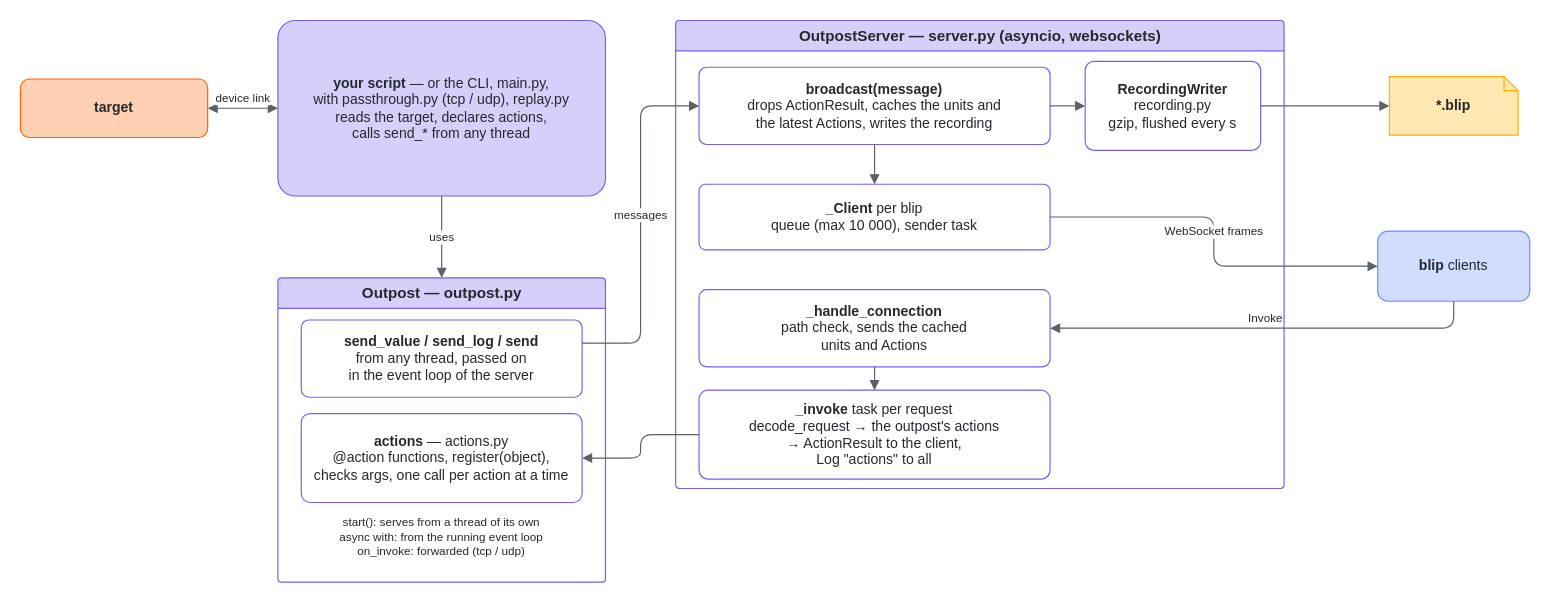
Before: doc/source/diagrams/outpost-architecture.drawio in stefanluethi/blip, a draw.io diagram. Source tidied: cells renumbered, new cells numbered last; positions are measured from the earlier drawing's top-left corner, leaving out a move shared by most shapes. Both pictures are drawn from the tidied source at 117%, with x=0, y=0 at pixel (20, 20).
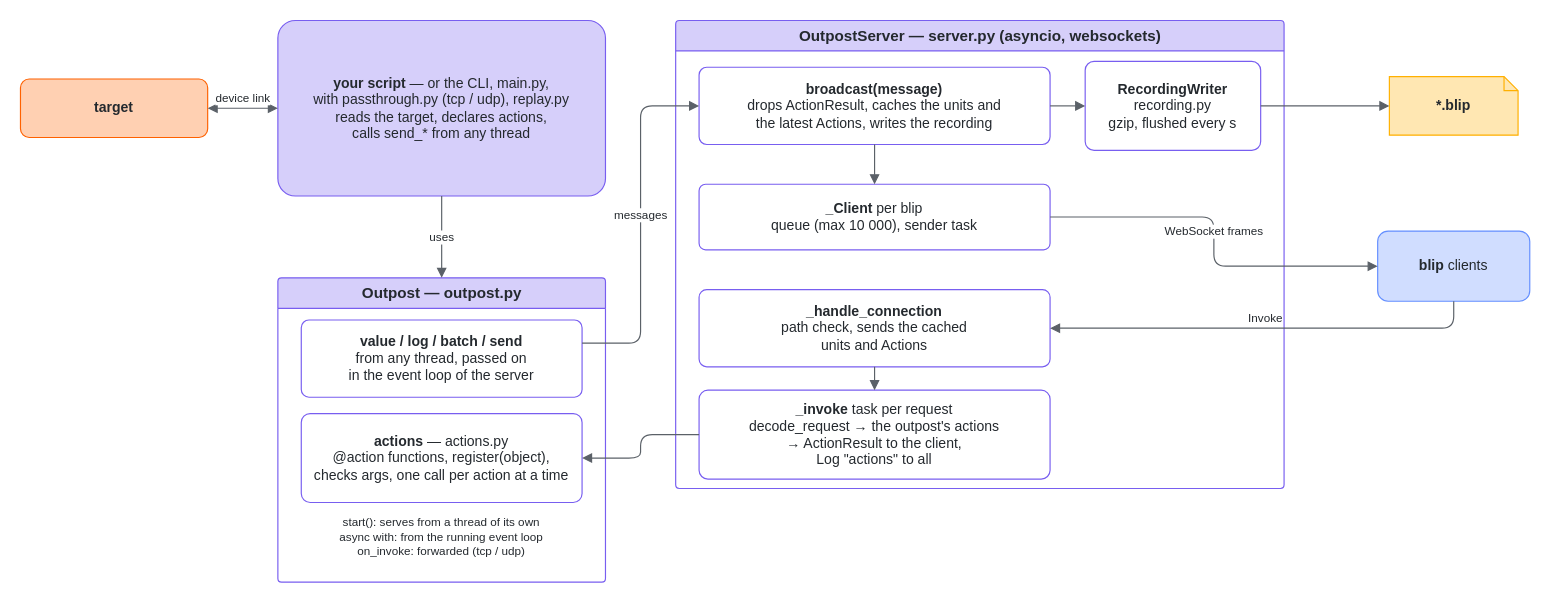
After the change.

Unchanged cells that the change refers to:
```xml
<mxCell id="12" value="&lt;b&gt;Outpost&lt;/b&gt; — outpost.py" style="fontColor=#24292e;fontFamily=Fira Sans,Helvetica,Arial,sans-serif;swimlane;startSize=26;html=1;rounded=1;arcSize=4;fillColor=#d6cffa;strokeColor=#785ef0;fontSize=13;swimlaneFillColor=none;" parent="1" vertex="1">
  <mxGeometry x="220" y="220" width="280" height="260" as="geometry" />
</mxCell>
```

Change to the diagram source:
```diff
@@
-    <mxCell id="13" value="&lt;b&gt;send_value / send_log / send&lt;/b&gt;&lt;br&gt;from any thread, passed on&lt;br&gt;in the event loop of the server" style="fontColor=#24292e;fontFamily=Fira Sans,Helvetica,Arial,sans-serif;rounded=1;whiteSpace=wrap;html=1;arcSize=10;fillColor=#ffffff;strokeColor=#785ef0;fontSize=12;" parent="12" vertex="1">
+    <mxCell id="13" value="&lt;b&gt;value / log / batch / send&lt;/b&gt;&lt;br&gt;from any thread, passed on&lt;br&gt;in the event loop of the server" style="fontColor=#24292e;fontFamily=Fira Sans,Helvetica,Arial,sans-serif;rounded=1;whiteSpace=wrap;html=1;arcSize=10;fillColor=#ffffff;strokeColor=#785ef0;fontSize=12;" parent="12" vertex="1">
       <mxGeometry x="20" y="36" width="240" height="66" as="geometry" />
     </mxCell>
```
